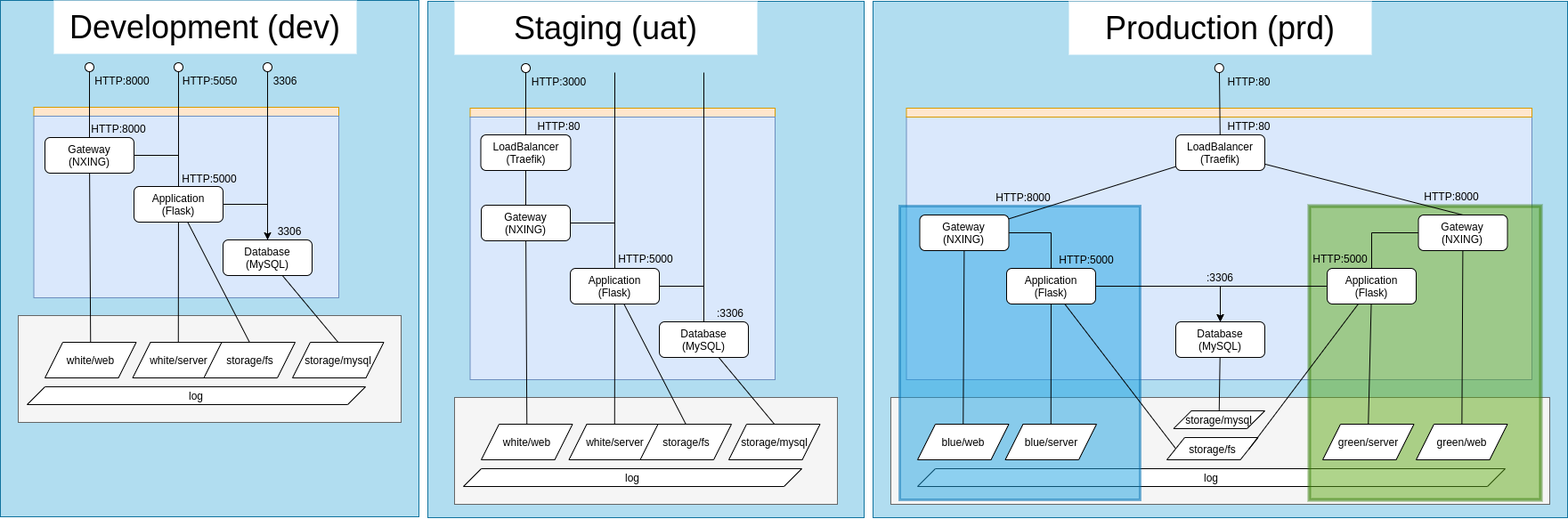
enzomar/omb keeps this draw.io diagram as docs/architecture.png. Above is the earlier version. Source tidied: cells renumbered, new cells last; positions are measured from the earlier drawing's top-left corner, leaving out a move shared by most shapes.
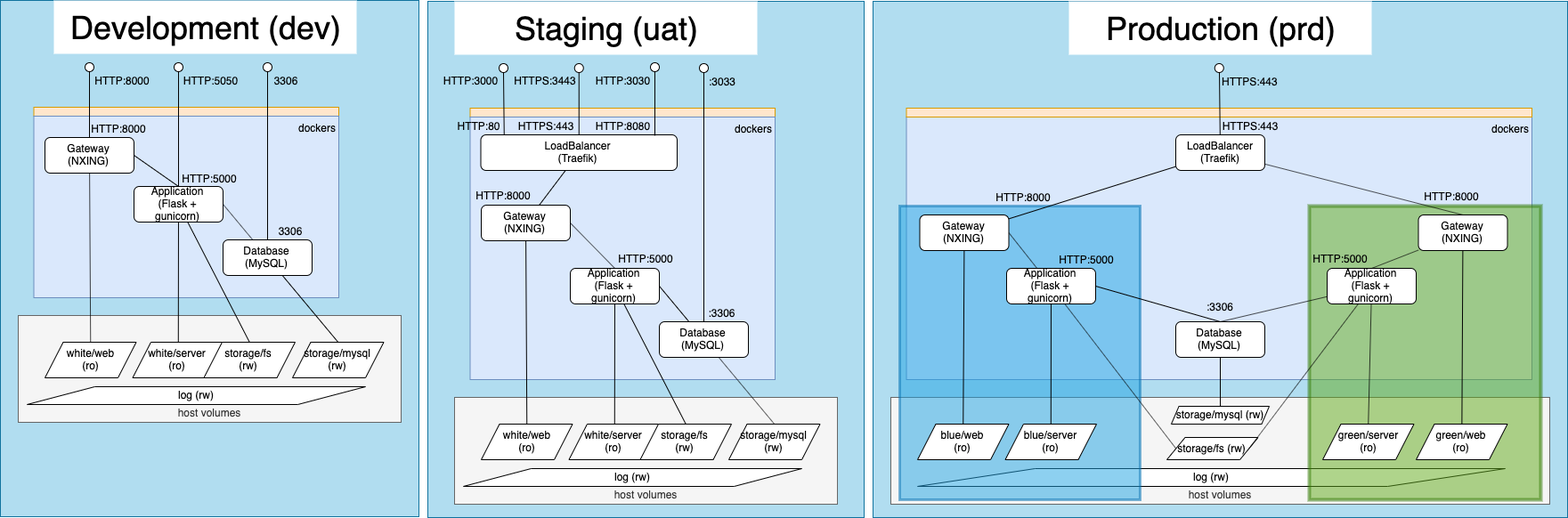
The same diagram one commit later.

Commit message:
reviewed arch diagram

The edit, as a diff of the source:
```diff
@@ -13,9 +13,9 @@
     </mxCell>
-    <mxCell id="5" style="rounded=0;whiteSpace=wrap;html=1;fillColor=#f5f5f5;strokeColor=#666666;fontColor=#333333;" parent="1" vertex="1">
+    <mxCell id="5" value="host volumes" style="rounded=0;whiteSpace=wrap;html=1;fillColor=#f5f5f5;strokeColor=#666666;fontColor=#333333;verticalAlign=bottom;" parent="1" vertex="1">
       <mxGeometry x="1000" y="446" width="740" height="120" as="geometry" />
     </mxCell>
-    <mxCell id="6" value="log" style="shape=parallelogram;perimeter=parallelogramPerimeter;whiteSpace=wrap;html=1;fixedSize=1;" parent="1" vertex="1">
+    <mxCell id="6" value="log (rw)" style="shape=parallelogram;perimeter=parallelogramPerimeter;whiteSpace=wrap;html=1;fixedSize=1;" parent="1" vertex="1">
       <mxGeometry x="1030" y="526" width="660" height="20" as="geometry" />
     </mxCell>
-    <mxCell id="7" style="rounded=0;whiteSpace=wrap;html=1;fillColor=#dae8fc;strokeColor=#6c8ebf;" parent="1" vertex="1">
+    <mxCell id="7" value="dockers" style="rounded=0;whiteSpace=wrap;html=1;fillColor=#dae8fc;strokeColor=#6c8ebf;align=right;verticalAlign=top;" parent="1" vertex="1">
       <mxGeometry x="1017.5" y="131" width="702.5" height="295" as="geometry" />
@@ -28,3 +28,3 @@
     </mxCell>
-    <mxCell id="10" style="rounded=0;whiteSpace=wrap;html=1;fillColor=#f5f5f5;strokeColor=#666666;fontColor=#333333;" parent="1" vertex="1">
+    <mxCell id="10" value="host volumes" style="rounded=0;whiteSpace=wrap;html=1;fillColor=#f5f5f5;strokeColor=#666666;fontColor=#333333;verticalAlign=bottom;" parent="1" vertex="1">
       <mxGeometry x="20" y="354" width="430" height="120" as="geometry" />
@@ -34,3 +34,3 @@
     </mxCell>
-    <mxCell id="12" style="rounded=0;whiteSpace=wrap;html=1;fillColor=#dae8fc;strokeColor=#6c8ebf;" parent="1" vertex="1">
+    <mxCell id="12" value="dockers" style="rounded=0;whiteSpace=wrap;html=1;fillColor=#dae8fc;strokeColor=#6c8ebf;align=right;verticalAlign=top;" parent="1" vertex="1">
       <mxGeometry x="37.5" y="130" width="342.5" height="204" as="geometry" />
@@ -42,3 +42,3 @@
     </mxCell>
-    <mxCell id="14" style="edgeStyle=orthogonalEdgeStyle;rounded=0;jettySize=auto;html=1;entryX=0.5;entryY=0;entryDx=0;entryDy=0;exitX=1;exitY=0.5;exitDx=0;exitDy=0;endArrow=none;endFill=0;" parent="1" edge="1" source="16" target="21">
+    <mxCell id="14" style="rounded=0;jettySize=auto;html=1;entryX=0.5;entryY=0;entryDx=0;entryDy=0;exitX=1;exitY=0.5;exitDx=0;exitDy=0;endArrow=none;endFill=0;" parent="1" edge="1" source="16" target="21">
       <mxGeometry relative="1" as="geometry" />
@@ -56,3 +56,3 @@
     </mxCell>
-    <mxCell id="18" style="edgeStyle=orthogonalEdgeStyle;rounded=0;jettySize=auto;html=1;exitX=1;exitY=0.5;exitDx=0;exitDy=0;" parent="1" edge="1" source="21" target="24">
+    <mxCell id="18" style="rounded=0;jettySize=auto;html=1;exitX=1;exitY=0.5;exitDx=0;exitDy=0;endArrow=none;endFill=0;" parent="1" edge="1" source="21" target="24">
       <mxGeometry relative="1" as="geometry" />
@@ -65,3 +65,3 @@
     </mxCell>
-    <mxCell id="21" value="Application&lt;br&gt;(Flask)" style="rounded=1;whiteSpace=wrap;html=1;" parent="1" vertex="1">
+    <mxCell id="21" value="Application&lt;br&gt;(Flask + gunicorn)" style="rounded=1;whiteSpace=wrap;html=1;" parent="1" vertex="1">
       <mxGeometry x="150" y="209" width="100" height="40" as="geometry" />
@@ -79,18 +79,18 @@
     </mxCell>
-    <mxCell id="25" value="white/web" style="shape=parallelogram;perimeter=parallelogramPerimeter;whiteSpace=wrap;html=1;fixedSize=1;" parent="1" vertex="1">
+    <mxCell id="25" value="white/web&lt;br&gt;(ro)" style="shape=parallelogram;perimeter=parallelogramPerimeter;whiteSpace=wrap;html=1;fixedSize=1;" parent="1" vertex="1">
       <mxGeometry x="50" y="384" width="102.5" height="40" as="geometry" />
     </mxCell>
-    <mxCell id="26" value="white/server" style="shape=parallelogram;perimeter=parallelogramPerimeter;whiteSpace=wrap;html=1;fixedSize=1;" parent="1" vertex="1">
+    <mxCell id="26" value="white/server&lt;br&gt;(ro)" style="shape=parallelogram;perimeter=parallelogramPerimeter;whiteSpace=wrap;html=1;fixedSize=1;" parent="1" vertex="1">
       <mxGeometry x="148.5" y="384" width="102.5" height="40" as="geometry" />
     </mxCell>
-    <mxCell id="27" value="log" style="shape=parallelogram;perimeter=parallelogramPerimeter;whiteSpace=wrap;html=1;fixedSize=1;" parent="1" vertex="1">
+    <mxCell id="27" value="log (rw)" style="shape=parallelogram;perimeter=parallelogramPerimeter;whiteSpace=wrap;html=1;fixedSize=1;" parent="1" vertex="1">
       <mxGeometry x="30" y="434" width="380" height="20" as="geometry" />
     </mxCell>
-    <mxCell id="28" value="storage/fs" style="shape=parallelogram;perimeter=parallelogramPerimeter;whiteSpace=wrap;html=1;fixedSize=1;" parent="1" vertex="1">
+    <mxCell id="28" value="storage/fs&lt;br&gt;(rw)" style="shape=parallelogram;perimeter=parallelogramPerimeter;whiteSpace=wrap;html=1;fixedSize=1;" parent="1" vertex="1">
       <mxGeometry x="228.5" y="384" width="102.5" height="40" as="geometry" />
     </mxCell>
-    <mxCell id="29" value="storage/mysql" style="shape=parallelogram;perimeter=parallelogramPerimeter;whiteSpace=wrap;html=1;fixedSize=1;" parent="1" vertex="1">
+    <mxCell id="29" value="storage/mysql&lt;br&gt;(rw)" style="shape=parallelogram;perimeter=parallelogramPerimeter;whiteSpace=wrap;html=1;fixedSize=1;" parent="1" vertex="1">
       <mxGeometry x="328" y="384" width="102.5" height="40" as="geometry" />
     </mxCell>
-    <mxCell id="30" style="rounded=0;whiteSpace=wrap;html=1;fillColor=#f5f5f5;strokeColor=#666666;fontColor=#333333;" parent="1" vertex="1">
+    <mxCell id="30" value="host volumes" style="rounded=0;whiteSpace=wrap;html=1;fillColor=#f5f5f5;strokeColor=#666666;fontColor=#333333;verticalAlign=bottom;" parent="1" vertex="1">
       <mxGeometry x="510" y="446" width="430" height="120" as="geometry" />
@@ -100,6 +100,6 @@
     </mxCell>
-    <mxCell id="32" style="rounded=0;whiteSpace=wrap;html=1;fillColor=#dae8fc;strokeColor=#6c8ebf;" parent="1" vertex="1">
+    <mxCell id="32" value="dockers" style="rounded=0;whiteSpace=wrap;html=1;fillColor=#dae8fc;strokeColor=#6c8ebf;align=right;verticalAlign=top;" parent="1" vertex="1">
       <mxGeometry x="527.5" y="131" width="342.5" height="295" as="geometry" />
     </mxCell>
-    <mxCell id="33" style="edgeStyle=orthogonalEdgeStyle;rounded=0;jettySize=auto;html=1;exitX=1;exitY=0.5;exitDx=0;exitDy=0;endArrow=none;endFill=0;" parent="1" edge="1" source="35">
+    <mxCell id="33" style="rounded=0;jettySize=auto;html=1;exitX=1;exitY=0.5;exitDx=0;exitDy=0;endArrow=none;endFill=0;" parent="1" edge="1" source="35">
       <mxGeometry relative="1" as="geometry">
@@ -114,8 +114,3 @@
     </mxCell>
-    <mxCell id="36" style="edgeStyle=orthogonalEdgeStyle;rounded=0;jettySize=auto;html=1;endArrow=none;endFill=0;exitX=0.5;exitY=0;exitDx=0;exitDy=0;" parent="1" edge="1" source="40">
-      <mxGeometry relative="1" as="geometry">
-        <mxPoint x="690" y="81" as="targetPoint" />
-      </mxGeometry>
-    </mxCell>
-    <mxCell id="37" style="edgeStyle=orthogonalEdgeStyle;rounded=0;jettySize=auto;html=1;exitX=1;exitY=0.5;exitDx=0;exitDy=0;endArrow=none;endFill=0;" parent="1" edge="1" source="40" target="43">
+    <mxCell id="37" style="rounded=0;jettySize=auto;html=1;exitX=1;exitY=0.5;exitDx=0;exitDy=0;endArrow=none;endFill=0;" parent="1" edge="1" source="40" target="43">
       <mxGeometry relative="1" as="geometry" />
@@ -128,3 +123,3 @@
     </mxCell>
-    <mxCell id="40" value="Application&lt;br&gt;(Flask)" style="rounded=1;whiteSpace=wrap;html=1;" parent="1" vertex="1">
+    <mxCell id="40" value="Application&lt;br&gt;(Flask + gunicorn)" style="rounded=1;whiteSpace=wrap;html=1;" parent="1" vertex="1">
       <mxGeometry x="640" y="301" width="100" height="40" as="geometry" />
@@ -142,23 +137,21 @@
     </mxCell>
-    <mxCell id="44" value="white/web" style="shape=parallelogram;perimeter=parallelogramPerimeter;whiteSpace=wrap;html=1;fixedSize=1;" parent="1" vertex="1">
+    <mxCell id="44" value="white/web&lt;br&gt;(ro)" style="shape=parallelogram;perimeter=parallelogramPerimeter;whiteSpace=wrap;html=1;fixedSize=1;" parent="1" vertex="1">
       <mxGeometry x="540" y="476" width="102.5" height="40" as="geometry" />
     </mxCell>
-    <mxCell id="45" value="white/server" style="shape=parallelogram;perimeter=parallelogramPerimeter;whiteSpace=wrap;html=1;fixedSize=1;" parent="1" vertex="1">
+    <mxCell id="45" value="white/server&lt;br&gt;(ro)" style="shape=parallelogram;perimeter=parallelogramPerimeter;whiteSpace=wrap;html=1;fixedSize=1;" parent="1" vertex="1">
       <mxGeometry x="638.5" y="476" width="102.5" height="40" as="geometry" />
     </mxCell>
-    <mxCell id="46" value="log" style="shape=parallelogram;perimeter=parallelogramPerimeter;whiteSpace=wrap;html=1;fixedSize=1;" parent="1" vertex="1">
+    <mxCell id="46" value="log (rw)" style="shape=parallelogram;perimeter=parallelogramPerimeter;whiteSpace=wrap;html=1;fixedSize=1;" parent="1" vertex="1">
       <mxGeometry x="520" y="526" width="380" height="20" as="geometry" />
     </mxCell>
-    <mxCell id="47" value="storage/fs" style="shape=parallelogram;perimeter=parallelogramPerimeter;whiteSpace=wrap;html=1;fixedSize=1;" parent="1" vertex="1">
+    <mxCell id="47" value="storage/fs&lt;br&gt;(rw)" style="shape=parallelogram;perimeter=parallelogramPerimeter;whiteSpace=wrap;html=1;fixedSize=1;" parent="1" vertex="1">
       <mxGeometry x="718.5" y="476" width="102.5" height="40" as="geometry" />
     </mxCell>
-    <mxCell id="48" value="storage/mysql" style="shape=parallelogram;perimeter=parallelogramPerimeter;whiteSpace=wrap;html=1;fixedSize=1;" parent="1" vertex="1">
+    <mxCell id="48" value="storage/mysql&lt;br&gt;(rw)" style="shape=parallelogram;perimeter=parallelogramPerimeter;whiteSpace=wrap;html=1;fixedSize=1;" parent="1" vertex="1">
       <mxGeometry x="818" y="476" width="102.5" height="40" as="geometry" />
     </mxCell>
-    <mxCell id="49" style="edgeStyle=none;rounded=0;jettySize=auto;html=1;startArrow=none;startFill=0;endArrow=none;endFill=0;exitX=0.5;exitY=0;exitDx=0;exitDy=0;" parent="1" edge="1" source="51">
-      <mxGeometry relative="1" as="geometry">
-        <mxPoint x="590" y="81" as="targetPoint" />
-      </mxGeometry>
+    <mxCell id="49" style="edgeStyle=none;rounded=0;jettySize=auto;html=1;startArrow=none;startFill=0;endArrow=none;endFill=0;entryX=0.5;entryY=1;entryDx=0;entryDy=0;exitX=0.119;exitY=-0.005;exitDx=0;exitDy=0;exitPerimeter=0;" parent="1" edge="1" source="51" target="89">
+      <mxGeometry relative="1" as="geometry" />
     </mxCell>
-    <mxCell id="50" style="edgeStyle=orthogonalEdgeStyle;rounded=0;jettySize=auto;html=1;endArrow=none;endFill=0;" parent="1" edge="1" source="51" target="35">
+    <mxCell id="50" style="rounded=0;jettySize=auto;html=1;endArrow=none;endFill=0;" parent="1" edge="1" source="51" target="35">
       <mxGeometry relative="1" as="geometry" />
@@ -166,3 +159,3 @@
     <mxCell id="51" value="LoadBalancer&lt;br&gt;(Traefik)" style="rounded=1;whiteSpace=wrap;html=1;" parent="1" vertex="1">
-      <mxGeometry x="539.5" y="151" width="101" height="40" as="geometry" />
+      <mxGeometry x="539.5" y="151" width="220.5" height="40" as="geometry" />
     </mxCell>
@@ -174,3 +167,3 @@
     </mxCell>
-    <mxCell id="54" style="edgeStyle=orthogonalEdgeStyle;rounded=0;jettySize=auto;html=1;exitX=1;exitY=0.5;exitDx=0;exitDy=0;endArrow=none;endFill=0;" parent="1" edge="1" source="56" target="60">
+    <mxCell id="54" style="rounded=0;jettySize=auto;html=1;exitX=1;exitY=0.5;exitDx=0;exitDy=0;endArrow=none;endFill=0;" parent="1" edge="1" source="56" target="60">
       <mxGeometry relative="1" as="geometry" />
@@ -183,3 +176,3 @@
     </mxCell>
-    <mxCell id="57" style="edgeStyle=orthogonalEdgeStyle;rounded=0;jettySize=auto;html=1;exitX=1;exitY=0.5;exitDx=0;exitDy=0;" parent="1" edge="1" source="60" target="62">
+    <mxCell id="57" style="rounded=0;jettySize=auto;html=1;exitX=1;exitY=0.5;exitDx=0;exitDy=0;entryX=0.5;entryY=0;entryDx=0;entryDy=0;endArrow=none;endFill=0;" parent="1" edge="1" source="60" target="62">
       <mxGeometry relative="1" as="geometry" />
@@ -192,3 +185,3 @@
     </mxCell>
-    <mxCell id="60" value="Application&lt;br&gt;(Flask)" style="rounded=1;whiteSpace=wrap;html=1;" parent="1" vertex="1">
+    <mxCell id="60" value="Application&lt;br&gt;(Flask + gunicorn)" style="rounded=1;whiteSpace=wrap;html=1;" parent="1" vertex="1">
       <mxGeometry x="1130" y="301" width="100" height="40" as="geometry" />
@@ -201,13 +194,13 @@
     </mxCell>
-    <mxCell id="63" value="blue/web" style="shape=parallelogram;perimeter=parallelogramPerimeter;whiteSpace=wrap;html=1;fixedSize=1;" parent="1" vertex="1">
+    <mxCell id="63" value="blue/web&lt;br&gt;(ro)" style="shape=parallelogram;perimeter=parallelogramPerimeter;whiteSpace=wrap;html=1;fixedSize=1;" parent="1" vertex="1">
       <mxGeometry x="1030" y="476" width="102.5" height="40" as="geometry" />
     </mxCell>
-    <mxCell id="64" value="blue/server" style="shape=parallelogram;perimeter=parallelogramPerimeter;whiteSpace=wrap;html=1;fixedSize=1;" parent="1" vertex="1">
+    <mxCell id="64" value="blue/server&lt;br&gt;(ro)" style="shape=parallelogram;perimeter=parallelogramPerimeter;whiteSpace=wrap;html=1;fixedSize=1;" parent="1" vertex="1">
       <mxGeometry x="1128.5" y="476" width="102.5" height="40" as="geometry" />
     </mxCell>
-    <mxCell id="65" value="storage/fs" style="shape=parallelogram;perimeter=parallelogramPerimeter;whiteSpace=wrap;html=1;fixedSize=1;" parent="1" vertex="1">
+    <mxCell id="65" value="storage/fs (rw)" style="shape=parallelogram;perimeter=parallelogramPerimeter;whiteSpace=wrap;html=1;fixedSize=1;" parent="1" vertex="1">
       <mxGeometry x="1310" y="491" width="102.5" height="25" as="geometry" />
     </mxCell>
-    <mxCell id="66" value="storage/mysql" style="shape=parallelogram;perimeter=parallelogramPerimeter;whiteSpace=wrap;html=1;fixedSize=1;" parent="1" vertex="1">
-      <mxGeometry x="1317.5" y="461" width="102.5" height="20" as="geometry" />
+    <mxCell id="66" value="storage/mysql (rw)" style="shape=parallelogram;perimeter=parallelogramPerimeter;whiteSpace=wrap;html=1;fixedSize=1;size=0.07777777777777778;" parent="1" vertex="1">
+      <mxGeometry x="1315" y="456" width="110" height="20" as="geometry" />
     </mxCell>
@@ -224,3 +217,3 @@
     </mxCell>
-    <mxCell id="70" style="edgeStyle=orthogonalEdgeStyle;rounded=0;jettySize=auto;html=1;entryX=0.5;entryY=0;entryDx=0;entryDy=0;startArrow=none;startFill=0;endArrow=classic;endFill=1;" parent="1" edge="1" source="73" target="62">
+    <mxCell id="70" style="rounded=0;jettySize=auto;html=1;entryX=0.5;entryY=0;entryDx=0;entryDy=0;startArrow=none;startFill=0;endArrow=none;endFill=0;" parent="1" edge="1" source="73" target="62">
       <mxGeometry relative="1" as="geometry" />
@@ -233,6 +226,6 @@
     </mxCell>
-    <mxCell id="73" value="Application&lt;br&gt;(Flask)" style="rounded=1;whiteSpace=wrap;html=1;" parent="1" vertex="1">
+    <mxCell id="73" value="Application&lt;br&gt;(Flask + gunicorn)" style="rounded=1;whiteSpace=wrap;html=1;" parent="1" vertex="1">
       <mxGeometry x="1490" y="301" width="100" height="40" as="geometry" />
     </mxCell>
-    <mxCell id="74" style="edgeStyle=orthogonalEdgeStyle;rounded=0;jettySize=auto;html=1;entryX=0.5;entryY=0;entryDx=0;entryDy=0;startArrow=none;startFill=0;endArrow=none;endFill=0;" parent="1" edge="1" source="76" target="73">
+    <mxCell id="74" style="rounded=0;jettySize=auto;html=1;entryX=0.5;entryY=0;entryDx=0;entryDy=0;startArrow=none;startFill=0;endArrow=none;endFill=0;" parent="1" edge="1" source="76" target="73">
       <mxGeometry relative="1" as="geometry" />
@@ -245,6 +238,6 @@
     </mxCell>
-    <mxCell id="77" value="green/server" style="shape=parallelogram;perimeter=parallelogramPerimeter;whiteSpace=wrap;html=1;fixedSize=1;" parent="1" vertex="1">
+    <mxCell id="77" value="green/server&lt;br&gt;(ro)" style="shape=parallelogram;perimeter=parallelogramPerimeter;whiteSpace=wrap;html=1;fixedSize=1;" parent="1" vertex="1">
       <mxGeometry x="1485" y="476" width="102.5" height="40" as="geometry" />
     </mxCell>
-    <mxCell id="78" value="green/web" style="shape=parallelogram;perimeter=parallelogramPerimeter;whiteSpace=wrap;html=1;fixedSize=1;" parent="1" vertex="1">
+    <mxCell id="78" value="green/web&lt;br&gt;(ro)" style="shape=parallelogram;perimeter=parallelogramPerimeter;whiteSpace=wrap;html=1;fixedSize=1;" parent="1" vertex="1">
       <mxGeometry x="1590" y="476" width="102.5" height="40" as="geometry" />
@@ -279,15 +272,15 @@
     <mxCell id="88" value="HTTP:3000" style="text;html=1;strokeColor=none;fillColor=none;align=center;verticalAlign=middle;whiteSpace=wrap;rounded=0;" parent="1" vertex="1">
-      <mxGeometry x="595" y="81" width="65" height="20" as="geometry" />
+      <mxGeometry x="495" y="80" width="65" height="20" as="geometry" />
     </mxCell>
     <mxCell id="89" style="ellipse;whiteSpace=wrap;html=1;" parent="1" vertex="1">
-      <mxGeometry x="585" y="71" width="10" height="10" as="geometry" />
+      <mxGeometry x="560" y="71" width="10" height="10" as="geometry" />
     </mxCell>
     <mxCell id="90" value="HTTP:80" style="text;html=1;strokeColor=none;fillColor=none;align=center;verticalAlign=middle;whiteSpace=wrap;rounded=0;" parent="1" vertex="1">
-      <mxGeometry x="595" y="131" width="65" height="20" as="geometry" />
+      <mxGeometry x="505" y="131" width="65" height="20" as="geometry" />
     </mxCell>
-    <mxCell id="91" value="HTTP:80" style="text;html=1;strokeColor=none;fillColor=none;align=center;verticalAlign=middle;whiteSpace=wrap;rounded=0;" parent="1" vertex="1">
+    <mxCell id="91" value="HTTPS:443" style="text;html=1;strokeColor=none;fillColor=none;align=center;verticalAlign=middle;whiteSpace=wrap;rounded=0;" parent="1" vertex="1">
       <mxGeometry x="1370" y="131" width="65" height="20" as="geometry" />
     </mxCell>
-    <mxCell id="92" value="HTTP:80" style="text;html=1;strokeColor=none;fillColor=none;align=center;verticalAlign=middle;whiteSpace=wrap;rounded=0;" parent="1" vertex="1">
-      <mxGeometry x="1370" y="81" width="65" height="20" as="geometry" />
+    <mxCell id="92" value="HTTPS:443" style="text;html=1;strokeColor=none;fillColor=none;align=left;verticalAlign=middle;whiteSpace=wrap;rounded=0;" parent="1" vertex="1">
+      <mxGeometry x="1370" y="81" width="90" height="20" as="geometry" />
     </mxCell>
@@ -312,6 +305,6 @@
     <mxCell id="99" value=":3306" style="text;html=1;strokeColor=none;fillColor=none;align=center;verticalAlign=middle;whiteSpace=wrap;rounded=0;" parent="1" vertex="1">
-      <mxGeometry x="1350" y="301" width="40" height="20" as="geometry" />
+      <mxGeometry x="1348.8" y="334" width="40" height="20" as="geometry" />
     </mxCell>
     <mxCell id="100" value=":3306" style="text;html=1;strokeColor=none;fillColor=none;align=center;verticalAlign=middle;whiteSpace=wrap;rounded=0;" parent="1" vertex="1">
-      <mxGeometry x="800" y="341" width="40" height="20" as="geometry" />
+      <mxGeometry x="795" y="341" width="30" height="20" as="geometry" />
     </mxCell>
@@ -326,2 +319,37 @@
     </mxCell>
+    <mxCell id="104" value=":3033" style="text;html=1;strokeColor=none;fillColor=none;align=center;verticalAlign=middle;whiteSpace=wrap;rounded=0;" parent="1" vertex="1">
+      <mxGeometry x="790" y="81" width="40" height="20" as="geometry" />
+    </mxCell>
+    <mxCell id="105" style="edgeStyle=none;rounded=0;jettySize=auto;html=1;startArrow=none;startFill=0;endArrow=none;endFill=0;entryX=0.5;entryY=1;entryDx=0;entryDy=0;" parent="1" edge="1" target="106">
+      <mxGeometry relative="1" as="geometry">
+        <mxPoint x="735" y="152" as="sourcePoint" />
+      </mxGeometry>
+    </mxCell>
+    <mxCell id="106" style="ellipse;whiteSpace=wrap;html=1;" parent="1" vertex="1">
+      <mxGeometry x="730" y="70" width="10" height="10" as="geometry" />
+    </mxCell>
+    <mxCell id="107" style="edgeStyle=none;rounded=0;jettySize=auto;html=1;startArrow=none;startFill=0;endArrow=none;endFill=0;exitX=0.5;exitY=0;exitDx=0;exitDy=0;entryX=0.5;entryY=1;entryDx=0;entryDy=0;" parent="1" edge="1" source="51" target="108">
+      <mxGeometry relative="1" as="geometry" />
+    </mxCell>
+    <mxCell id="108" style="ellipse;whiteSpace=wrap;html=1;" parent="1" vertex="1">
+      <mxGeometry x="644.8" y="71" width="10" height="10" as="geometry" />
+    </mxCell>
+    <mxCell id="109" value="HTTP:3030" style="text;html=1;strokeColor=none;fillColor=none;align=center;verticalAlign=middle;whiteSpace=wrap;rounded=0;" parent="1" vertex="1">
+      <mxGeometry x="666.2" y="80" width="65" height="20" as="geometry" />
+    </mxCell>
+    <mxCell id="110" value="HTTP:8080" style="text;html=1;strokeColor=none;fillColor=none;align=center;verticalAlign=middle;whiteSpace=wrap;rounded=0;" parent="1" vertex="1">
+      <mxGeometry x="666.2" y="131" width="65" height="20" as="geometry" />
+    </mxCell>
+    <mxCell id="111" value="HTTPS:3443" style="text;html=1;strokeColor=none;fillColor=none;align=center;verticalAlign=middle;whiteSpace=wrap;rounded=0;" parent="1" vertex="1">
+      <mxGeometry x="579.8" y="80" width="65" height="20" as="geometry" />
+    </mxCell>
+    <mxCell id="112" value="HTTPS:443" style="text;html=1;strokeColor=none;fillColor=none;align=center;verticalAlign=middle;whiteSpace=wrap;rounded=0;" parent="1" vertex="1">
+      <mxGeometry x="579.8" y="131" width="65" height="20" as="geometry" />
+    </mxCell>
+    <mxCell id="113" value="HTTP:8000" style="text;html=1;strokeColor=none;fillColor=none;align=center;verticalAlign=middle;whiteSpace=wrap;rounded=0;" parent="1" vertex="1">
+      <mxGeometry x="545" y="209" width="40" height="20" as="geometry" />
+    </mxCell>
+    <mxCell id="114" style="ellipse;whiteSpace=wrap;html=1;" parent="1" vertex="1">
+      <mxGeometry x="785" y="71" width="10" height="10" as="geometry" />
+    </mxCell>
   </root>
```
